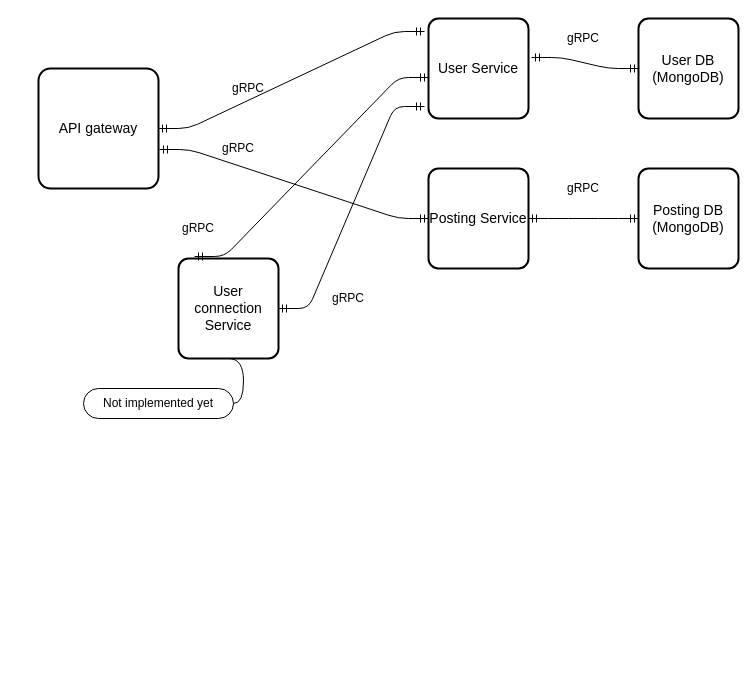
The draw.io diagram diagrams/XWS_Dislinkt_microservices_app_diagram.drawio in Nebojsa1999/XMLProjekat, before the edit. Source tidied: cells renumbered, new cells numbered last; positions are measured from the earlier drawing's top-left corner, leaving out a move shared by most shapes. Both pictures are drawn from the tidied source at 100%, with x=0, y=0 at pixel (38, 18).
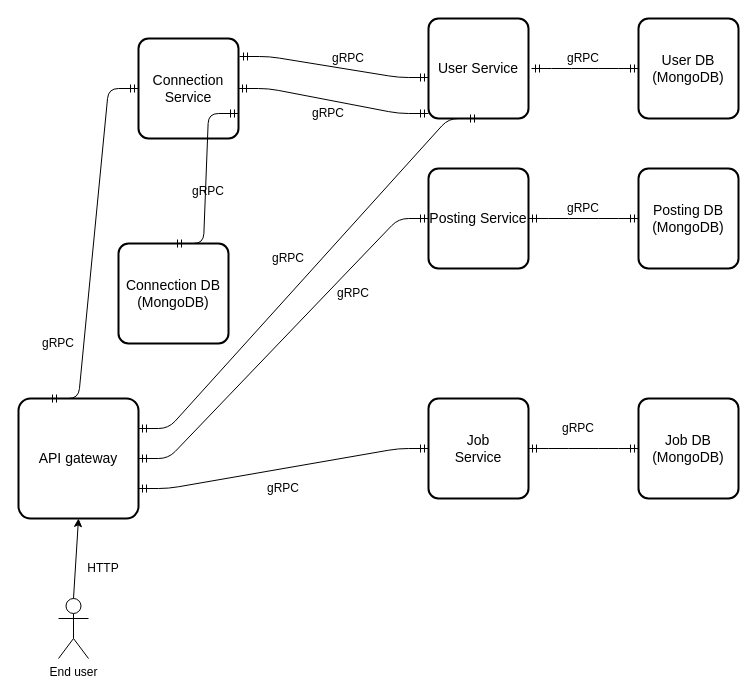
The same diagram, later.

Commit message:
feat: update simple diagram

Unchanged cells that the change refers to:
```xml
<mxCell id="3" value="User Service" style="strokeWidth=2;rounded=1;arcSize=10;whiteSpace=wrap;html=1;align=center;fontSize=14;" parent="1" vertex="1">
  <mxGeometry x="390" width="100" height="100" as="geometry" />
</mxCell>
<mxCell id="4" value="&lt;div&gt;User DB (MongoDB)&lt;/div&gt;" style="strokeWidth=2;rounded=1;arcSize=10;whiteSpace=wrap;html=1;align=center;fontSize=14;" parent="1" vertex="1">
  <mxGeometry x="600" width="100" height="100" as="geometry" />
</mxCell>
<mxCell id="5" value="Posting Service" style="strokeWidth=2;rounded=1;arcSize=10;whiteSpace=wrap;html=1;align=center;fontSize=14;" parent="1" vertex="1">
  <mxGeometry x="390" y="150" width="100" height="100" as="geometry" />
</mxCell>
```

The edit, as a diff of the source:
```diff
@@
     <mxCell id="2" value="&lt;div&gt;API gateway&lt;/div&gt;" style="strokeWidth=2;rounded=1;arcSize=10;whiteSpace=wrap;html=1;align=center;fontSize=14;" parent="1" vertex="1">
-      <mxGeometry y="50" width="120" height="120" as="geometry" />
+      <mxGeometry x="-20" y="380" width="120" height="120" as="geometry" />
     </mxCell>
@@
-    <mxCell id="7" style="edgeStyle=entityRelationEdgeStyle;fontSize=12;html=1;endArrow=ERmandOne;startArrow=ERmandOne;entryX=-0.04;entryY=0.13;entryDx=0;entryDy=0;entryPerimeter=0;" parent="1" edge="1" source="2" target="3">
+    <mxCell id="7" style="edgeStyle=entityRelationEdgeStyle;fontSize=12;html=1;endArrow=ERmandOne;startArrow=ERmandOne;entryX=0.5;entryY=1;entryDx=0;entryDy=0;exitX=1;exitY=0.25;exitDx=0;exitDy=0;" parent="1" edge="1" source="2" target="3">
       <mxGeometry relative="1" as="geometry" />
     </mxCell>
-    <mxCell id="8" style="edgeStyle=entityRelationEdgeStyle;fontSize=12;html=1;endArrow=ERmandOne;startArrow=ERmandOne;entryX=0;entryY=0.5;entryDx=0;entryDy=0;exitX=1.008;exitY=0.675;exitDx=0;exitDy=0;exitPerimeter=0;" parent="1" edge="1" source="2" target="5">
-      <mxGeometry relative="1" as="geometry" />
+    <mxCell id="8" style="edgeStyle=entityRelationEdgeStyle;fontSize=12;html=1;endArrow=ERmandOne;startArrow=ERmandOne;entryX=0;entryY=0.5;entryDx=0;entryDy=0;" parent="1" edge="1" target="5">
+      <mxGeometry relative="1" as="geometry">
+        <mxPoint x="100" y="440" as="sourcePoint" />
+      </mxGeometry>
     </mxCell>
@@
-    <mxCell id="10" style="edgeStyle=entityRelationEdgeStyle;fontSize=12;html=1;endArrow=ERmandOne;startArrow=ERmandOne;exitX=1.03;exitY=0.39;exitDx=0;exitDy=0;exitPerimeter=0;" parent="1" edge="1" source="3" target="4">
-      <mxGeometry relative="1" as="geometry" />
+    <mxCell id="10" style="edgeStyle=entityRelationEdgeStyle;fontSize=12;html=1;endArrow=ERmandOne;startArrow=ERmandOne;" parent="1" edge="1" target="4">
+      <mxGeometry relative="1" as="geometry">
+        <mxPoint x="493" y="50" as="sourcePoint" />
+      </mxGeometry>
     </mxCell>
     <mxCell id="11" value="gRPC" style="text;html=1;strokeColor=none;fillColor=none;align=center;verticalAlign=middle;whiteSpace=wrap;rounded=0;" parent="1" vertex="1">
-      <mxGeometry x="190" y="60" width="40" height="20" as="geometry" />
+      <mxGeometry x="270" y="90" width="40" height="10" as="geometry" />
     </mxCell>
     <mxCell id="12" value="gRPC" style="text;html=1;strokeColor=none;fillColor=none;align=center;verticalAlign=middle;whiteSpace=wrap;rounded=0;" parent="1" vertex="1">
-      <mxGeometry x="180" y="120" width="40" height="20" as="geometry" />
+      <mxGeometry x="150" y="162.5" width="40" height="20" as="geometry" />
     </mxCell>
     <mxCell id="13" value="gRPC" style="text;html=1;strokeColor=none;fillColor=none;align=center;verticalAlign=middle;whiteSpace=wrap;rounded=0;" parent="1" vertex="1">
-      <mxGeometry x="525" y="10" width="40" height="20" as="geometry" />
+      <mxGeometry x="525" y="30" width="40" height="20" as="geometry" />
     </mxCell>
     <mxCell id="14" value="gRPC" style="text;html=1;strokeColor=none;fillColor=none;align=center;verticalAlign=middle;whiteSpace=wrap;rounded=0;" parent="1" vertex="1">
-      <mxGeometry x="525" y="160" width="40" height="20" as="geometry" />
+      <mxGeometry x="525" y="180" width="40" height="20" as="geometry" />
     </mxCell>
-    <mxCell id="15" value="User connection Service" style="strokeWidth=2;rounded=1;arcSize=10;whiteSpace=wrap;html=1;align=center;fontSize=14;" parent="1" vertex="1">
-      <mxGeometry x="140" y="240" width="100" height="100" as="geometry" />
+    <mxCell id="15" value="Connection Service" style="strokeWidth=2;rounded=1;arcSize=10;whiteSpace=wrap;html=1;align=center;fontSize=14;" parent="1" vertex="1">
+      <mxGeometry x="100" y="20" width="100" height="100" as="geometry" />
     </mxCell>
-    <mxCell id="16" style="edgeStyle=entityRelationEdgeStyle;fontSize=12;html=1;endArrow=ERmandOne;startArrow=ERmandOne;exitX=0.16;exitY=-0.02;exitDx=0;exitDy=0;exitPerimeter=0;entryX=0;entryY=0.59;entryDx=0;entryDy=0;entryPerimeter=0;" parent="1" edge="1" source="15" target="3">
+    <mxCell id="16" style="edgeStyle=entityRelationEdgeStyle;fontSize=12;html=1;endArrow=ERmandOne;startArrow=ERmandOne;entryX=0;entryY=0.59;entryDx=0;entryDy=0;entryPerimeter=0;exitX=1.01;exitY=0.18;exitDx=0;exitDy=0;exitPerimeter=0;" parent="1" edge="1" source="15" target="3">
       <mxGeometry relative="1" as="geometry" />
     </mxCell>
-    <mxCell id="17" style="edgeStyle=entityRelationEdgeStyle;fontSize=12;html=1;endArrow=ERmandOne;startArrow=ERmandOne;exitX=1;exitY=0.5;exitDx=0;exitDy=0;entryX=-0.04;entryY=0.88;entryDx=0;entryDy=0;entryPerimeter=0;" parent="1" edge="1" source="15" target="3">
+    <mxCell id="17" style="edgeStyle=entityRelationEdgeStyle;fontSize=12;html=1;endArrow=ERmandOne;startArrow=ERmandOne;exitX=1;exitY=0.5;exitDx=0;exitDy=0;entryX=0;entryY=0.95;entryDx=0;entryDy=0;entryPerimeter=0;" parent="1" edge="1" source="15" target="3">
       <mxGeometry relative="1" as="geometry" />
     </mxCell>
     <mxCell id="18" value="gRPC" style="text;html=1;strokeColor=none;fillColor=none;align=center;verticalAlign=middle;whiteSpace=wrap;rounded=0;" parent="1" vertex="1">
-      <mxGeometry x="140" y="200" width="40" height="20" as="geometry" />
+      <mxGeometry x="230" y="230" width="40" height="20" as="geometry" />
     </mxCell>
     <mxCell id="19" value="gRPC" style="text;html=1;strokeColor=none;fillColor=none;align=center;verticalAlign=middle;whiteSpace=wrap;rounded=0;" parent="1" vertex="1">
-      <mxGeometry x="290" y="270" width="40" height="20" as="geometry" />
+      <mxGeometry x="290" y="30" width="40" height="20" as="geometry" />
     </mxCell>
-    <mxCell id="20" value="Not implemented yet" style="whiteSpace=wrap;html=1;rounded=1;arcSize=50;align=center;verticalAlign=middle;strokeWidth=1;spacing=4;" parent="1" vertex="1">
-      <mxGeometry x="45" y="370" width="150" height="30" as="geometry" />
-    </mxCell>
-    <mxCell id="21" style="edgeStyle=entityRelationEdgeStyle;startArrow=none;endArrow=none;segment=10;curved=1;exitX=0.5;exitY=1;exitDx=0;exitDy=0;" parent="1" edge="1" source="15" target="20">
-      <mxGeometry relative="1" as="geometry" />
-    </mxCell>
+    <mxCell id="22" value="Connection DB (MongoDB)" style="strokeWidth=2;rounded=1;arcSize=10;whiteSpace=wrap;html=1;align=center;fontSize=14;" parent="1" vertex="1">
+      <mxGeometry x="80" y="225" width="110" height="100" as="geometry" />
+    </mxCell>
+    <mxCell id="23" style="edgeStyle=entityRelationEdgeStyle;fontSize=12;html=1;endArrow=ERmandOne;startArrow=ERmandOne;entryX=0.5;entryY=0;entryDx=0;entryDy=0;exitX=1;exitY=0.75;exitDx=0;exitDy=0;" parent="1" edge="1" source="15" target="22">
+      <mxGeometry relative="1" as="geometry" />
+    </mxCell>
+    <mxCell id="24" value="gRPC" style="text;html=1;strokeColor=none;fillColor=none;align=center;verticalAlign=middle;whiteSpace=wrap;rounded=0;" parent="1" vertex="1">
+      <mxGeometry x="295" y="265" width="40" height="20" as="geometry" />
+    </mxCell>
+    <mxCell id="25" style="edgeStyle=entityRelationEdgeStyle;fontSize=12;html=1;endArrow=ERmandOne;startArrow=ERmandOne;entryX=0;entryY=0.5;entryDx=0;entryDy=0;" parent="1" edge="1" target="15">
+      <mxGeometry relative="1" as="geometry">
+        <mxPoint x="10" y="380" as="sourcePoint" />
+      </mxGeometry>
+    </mxCell>
+    <mxCell id="26" value="gRPC" style="text;html=1;strokeColor=none;fillColor=none;align=center;verticalAlign=middle;whiteSpace=wrap;rounded=0;" parent="1" vertex="1">
+      <mxGeometry y="315" width="40" height="20" as="geometry" />
+    </mxCell>
+    <mxCell id="27" value="&lt;div&gt;Job&lt;/div&gt;&lt;div&gt;Service&lt;/div&gt;" style="strokeWidth=2;rounded=1;arcSize=10;whiteSpace=wrap;html=1;align=center;fontSize=14;" parent="1" vertex="1">
+      <mxGeometry x="390" y="380" width="100" height="100" as="geometry" />
+    </mxCell>
+    <mxCell id="28" value="Job DB (MongoDB)" style="strokeWidth=2;rounded=1;arcSize=10;whiteSpace=wrap;html=1;align=center;fontSize=14;" parent="1" vertex="1">
+      <mxGeometry x="600" y="380" width="100" height="100" as="geometry" />
+    </mxCell>
+    <mxCell id="29" style="edgeStyle=entityRelationEdgeStyle;fontSize=12;html=1;endArrow=ERmandOne;startArrow=ERmandOne;exitX=1;exitY=0.75;exitDx=0;exitDy=0;entryX=0;entryY=0.5;entryDx=0;entryDy=0;" parent="1" edge="1" source="2" target="27">
+      <mxGeometry relative="1" as="geometry" />
+    </mxCell>
+    <mxCell id="30" style="edgeStyle=entityRelationEdgeStyle;fontSize=12;html=1;endArrow=ERmandOne;startArrow=ERmandOne;entryX=0;entryY=0.5;entryDx=0;entryDy=0;exitX=1;exitY=0.5;exitDx=0;exitDy=0;" parent="1" edge="1" source="27" target="28">
+      <mxGeometry relative="1" as="geometry" />
+    </mxCell>
+    <mxCell id="31" value="gRPC" style="text;html=1;strokeColor=none;fillColor=none;align=center;verticalAlign=middle;whiteSpace=wrap;rounded=0;" parent="1" vertex="1">
+      <mxGeometry x="225" y="460" width="40" height="20" as="geometry" />
+    </mxCell>
+    <mxCell id="32" value="gRPC" style="text;html=1;strokeColor=none;fillColor=none;align=center;verticalAlign=middle;whiteSpace=wrap;rounded=0;" parent="1" vertex="1">
+      <mxGeometry x="520" y="400" width="40" height="20" as="geometry" />
+    </mxCell>
+    <mxCell id="33" value="End user" style="shape=umlActor;verticalLabelPosition=bottom;labelBackgroundColor=#ffffff;verticalAlign=top;html=1;" parent="1" vertex="1">
+      <mxGeometry x="20" y="580" width="30" height="60" as="geometry" />
+    </mxCell>
+    <mxCell id="34" style="endArrow=classic;html=1;exitX=0.5;exitY=0;exitDx=0;exitDy=0;exitPerimeter=0;entryX=0.5;entryY=1;entryDx=0;entryDy=0;" parent="1" edge="1" source="33" target="2">
+      <mxGeometry relative="1" as="geometry" />
+    </mxCell>
+    <mxCell id="35" value="HTTP" style="text;html=1;strokeColor=none;fillColor=none;align=center;verticalAlign=middle;whiteSpace=wrap;rounded=0;" parent="1" vertex="1">
+      <mxGeometry x="20" y="530" width="90" height="40" as="geometry" />
+    </mxCell>
```
